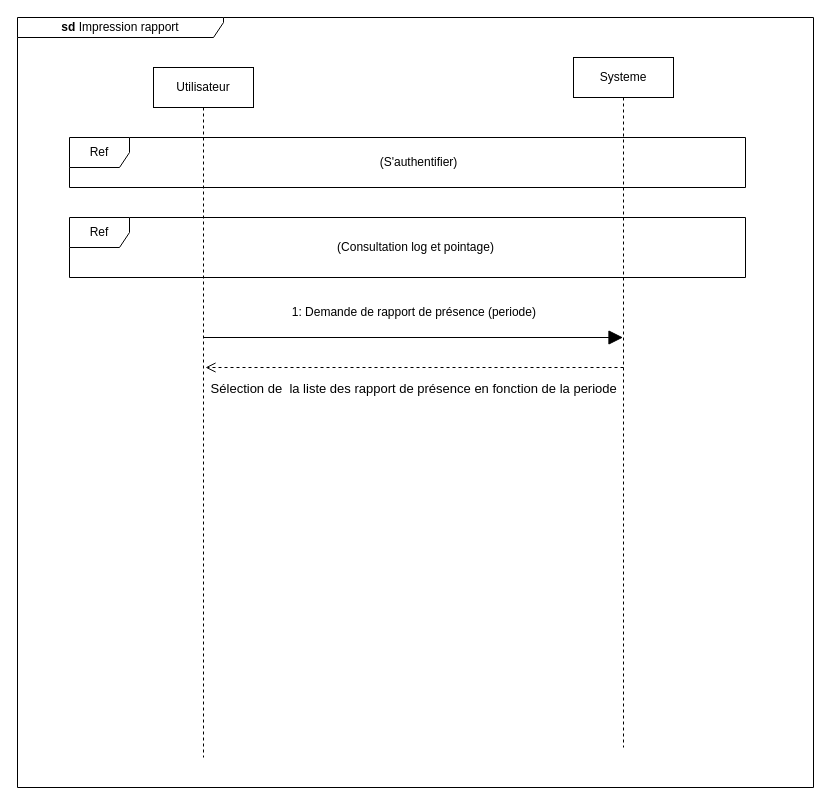
Earlier version of the draw.io diagram static/Diagramme De séquence rapport.drawio (Siluearsene/borne_biometrique). Source tidied: cells renumbered, new cells numbered last; positions are measured from the earlier drawing's top-left corner, leaving out a move shared by most shapes. Both pictures are drawn from the tidied source at 100%, with x=0, y=0 at pixel (17, 17).
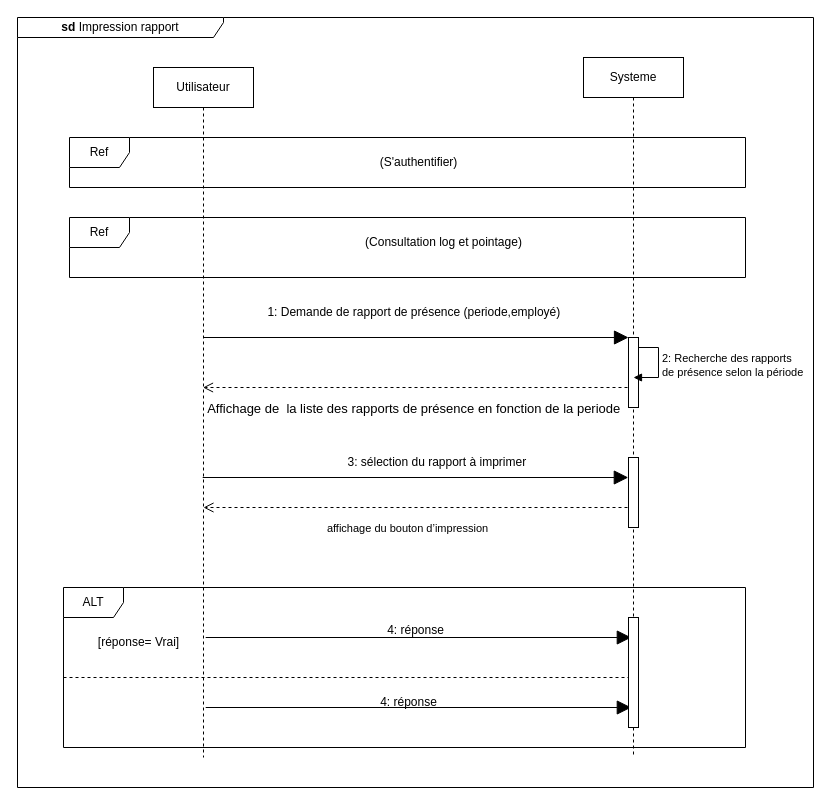
Above is the later version.

Commit message (it also covers changes not shown here):
Mettre à jour Diagramme De séquence rapport.drawio

The change refers to these unchanged cells:
```xml
<mxCell id="3" value="Utilisateur" style="shape=umlLifeline;perimeter=lifelinePerimeter;whiteSpace=wrap;html=1;outlineConnect=0;portConstraint=eastwest;newEdgeStyle={&quot;edgeStyle&quot;:&quot;elbowEdgeStyle&quot;,&quot;elbow&quot;:&quot;vertical&quot;,&quot;curved&quot;:0,&quot;rounded&quot;:0};rounded=0;" parent="1" vertex="1">
  <mxGeometry x="136" y="50" width="100" height="690" as="geometry" />
</mxCell>
```

Diff of the diagram source:
```diff
@@
     <mxCell id="4" value="Systeme" style="shape=umlLifeline;perimeter=lifelinePerimeter;whiteSpace=wrap;html=1;outlineConnect=0;portConstraint=eastwest;newEdgeStyle={&quot;edgeStyle&quot;:&quot;elbowEdgeStyle&quot;,&quot;elbow&quot;:&quot;vertical&quot;,&quot;curved&quot;:0,&quot;rounded&quot;:0};rounded=0;" parent="1" vertex="1">
-      <mxGeometry x="556" y="40" width="100" height="690" as="geometry" />
+      <mxGeometry x="566" y="40" width="100" height="700" as="geometry" />
     </mxCell>
+    <mxCell id="13" style="html=1;points=[];perimeter=orthogonalPerimeter;outlineConnect=0;targetShapes=umlLifeline;portConstraint=eastwest;newEdgeStyle={&quot;edgeStyle&quot;:&quot;elbowEdgeStyle&quot;,&quot;elbow&quot;:&quot;vertical&quot;,&quot;curved&quot;:0,&quot;rounded&quot;:0};rounded=0;" parent="4" vertex="1">
+      <mxGeometry x="45" y="280" width="10" height="70" as="geometry" />
+    </mxCell>
+    <mxCell id="9" style="endArrow=block;endFill=1;endSize=12;html=1;rounded=0;" parent="4" edge="1" source="13" target="4">
+      <mxGeometry relative="1" as="geometry" />
+    </mxCell>
+    <mxCell id="14" style="html=1;perimeter=orthogonalPerimeter;targetShapes=umlLifeline;newEdgeStyle={&quot;edgeStyle&quot;:&quot;elbowEdgeStyle&quot;,&quot;elbow&quot;:&quot;vertical&quot;,&quot;curved&quot;:0,&quot;rounded&quot;:0};rounded=0;" parent="4" vertex="1">
+      <mxGeometry x="45" y="400" width="10" height="70" as="geometry" />
+    </mxCell>
@@
     <mxCell id="8" value="(Consultation log et pointage)" style="text;html=1;align=center;verticalAlign=middle;strokeColor=none;fillColor=none;" parent="1" vertex="1">
-      <mxGeometry x="308" y="215" width="180" height="30" as="geometry" />
+      <mxGeometry x="336" y="210" width="180" height="30" as="geometry" />
     </mxCell>
-    <mxCell id="9" style="endArrow=block;endFill=1;endSize=12;html=1;rounded=0;" parent="1" edge="1" target="4">
-      <mxGeometry relative="1" as="geometry">
-        <mxPoint x="185.5" y="320" as="sourcePoint" />
-      </mxGeometry>
-    </mxCell>
-    <mxCell id="10" value="1: Demande de rapport de présence (periode)&amp;nbsp;" style="text;html=1;align=center;verticalAlign=middle;strokeColor=none;fillColor=none;rounded=0;" parent="1" vertex="1">
-      <mxGeometry x="263" y="280" width="270" height="30" as="geometry" />
+    <mxCell id="10" value="1: Demande de rapport de présence (periode,employé)&amp;nbsp;" style="text;html=1;align=center;verticalAlign=middle;strokeColor=none;fillColor=none;rounded=0;" parent="1" vertex="1">
+      <mxGeometry x="238" y="280" width="320" height="30" as="geometry" />
     </mxCell>
-    <mxCell id="11" style="html=1;verticalAlign=bottom;endArrow=open;dashed=1;endSize=8;edgeStyle=elbowEdgeStyle;elbow=vertical;curved=0;rounded=0;" parent="1" edge="1">
+    <mxCell id="11" style="html=1;verticalAlign=bottom;endArrow=open;dashed=1;endSize=8;edgeStyle=elbowEdgeStyle;elbow=vertical;curved=0;rounded=0;" parent="1" edge="1" target="3">
       <mxGeometry relative="1" as="geometry">
-        <mxPoint x="606" y="350" as="sourcePoint" />
-        <mxPoint x="188" y="350" as="targetPoint" />
+        <mxPoint x="610" y="370" as="sourcePoint" />
         <Array as="points">
-          <mxPoint x="415" y="350" />
+          <mxPoint x="419" y="370" />
         </Array>
       </mxGeometry>
     </mxCell>
-    <mxCell id="12" value="&lt;font style=&quot;font-size: 13px;&quot;&gt;Sélection de&amp;nbsp; la liste des rapport de présence en fonction de la periode&amp;nbsp;&lt;/font&gt;" style="edgeLabel;html=1;align=center;verticalAlign=middle;rounded=0;" parent="11" vertex="1">
+    <mxCell id="12" value="&lt;font style=&quot;font-size: 13px;&quot;&gt;Affichage de&amp;nbsp; la liste des rapports de présence en fonction de la periode&amp;nbsp;&lt;/font&gt;" style="edgeLabel;html=1;align=center;verticalAlign=middle;rounded=0;" parent="11" vertex="1">
       <mxGeometry x="0.12" y="1" relative="1" as="geometry">
         <mxPoint x="25" y="19" as="offset" />
       </mxGeometry>
     </mxCell>
+    <mxCell id="15" style="endArrow=block;endFill=1;endSize=12;html=1;rounded=0;" parent="1" edge="1" target="13">
+      <mxGeometry relative="1" as="geometry">
+        <mxPoint x="185.5" y="320" as="sourcePoint" />
+      </mxGeometry>
+    </mxCell>
+    <mxCell id="16" value="2: Recherche des rapports&amp;nbsp;&lt;br&gt;de présence selon la période&lt;br&gt;" style="html=1;align=left;spacingLeft=2;endArrow=block;rounded=0;edgeStyle=orthogonalEdgeStyle;curved=0;rounded=0;" parent="1" edge="1">
+      <mxGeometry relative="1" as="geometry">
+        <mxPoint x="621" y="330" as="sourcePoint" />
+        <mxPoint x="616" y="360" as="targetPoint" />
+        <Array as="points">
+          <mxPoint x="641" y="330" />
+          <mxPoint x="641" y="360" />
+        </Array>
+      </mxGeometry>
+    </mxCell>
+    <mxCell id="17" value="3: sélection du rapport à imprimer&amp;nbsp;" style="text;html=1;align=center;verticalAlign=middle;strokeColor=none;fillColor=none;rounded=0;" parent="1" vertex="1">
+      <mxGeometry x="316" y="430" width="210" height="30" as="geometry" />
+    </mxCell>
+    <mxCell id="18" style="endArrow=block;endFill=1;endSize=12;html=1;rounded=0;" parent="1" edge="1">
+      <mxGeometry relative="1" as="geometry">
+        <mxPoint x="185.2" y="460" as="sourcePoint" />
+        <mxPoint x="610.8" y="460" as="targetPoint" />
+      </mxGeometry>
+    </mxCell>
+    <mxCell id="19" style="html=1;verticalAlign=bottom;endArrow=open;dashed=1;endSize=8;edgeStyle=elbowEdgeStyle;elbow=vertical;curved=0;rounded=0;" parent="1" edge="1">
+      <mxGeometry relative="1" as="geometry">
+        <mxPoint x="610" y="490" as="sourcePoint" />
+        <mxPoint x="186" y="490" as="targetPoint" />
+        <Array as="points">
+          <mxPoint x="419" y="490" />
+        </Array>
+      </mxGeometry>
+    </mxCell>
+    <mxCell id="20" value="affichage du bouton d’impression" style="edgeLabel;html=1;align=center;verticalAlign=middle;" parent="19" vertex="1">
+      <mxGeometry x="0.08" y="3" relative="1" as="geometry">
+        <mxPoint x="8" y="17" as="offset" />
+      </mxGeometry>
+    </mxCell>
+    <mxCell id="21" value="ALT" style="shape=umlFrame;whiteSpace=wrap;html=1;" parent="1" vertex="1">
+      <mxGeometry x="46" y="570" width="682" height="160" as="geometry" />
+    </mxCell>
+    <mxCell id="22" value="[réponse= Vrai]" style="text;html=1;align=center;verticalAlign=middle;strokeColor=none;fillColor=none;" parent="1" vertex="1">
+      <mxGeometry x="71" y="610" width="100" height="30" as="geometry" />
+    </mxCell>
+    <mxCell id="23" style="endArrow=block;endFill=1;endSize=12;html=1;rounded=0;" parent="1" edge="1">
+      <mxGeometry relative="1" as="geometry">
+        <mxPoint x="188.2" y="620" as="sourcePoint" />
+        <mxPoint x="613.8" y="620" as="targetPoint" />
+      </mxGeometry>
+    </mxCell>
+    <mxCell id="24" style="endArrow=block;endFill=1;endSize=12;html=1;rounded=0;" parent="1" edge="1">
+      <mxGeometry relative="1" as="geometry">
+        <mxPoint x="188.2" y="690" as="sourcePoint" />
+        <mxPoint x="613.8" y="690" as="targetPoint" />
+      </mxGeometry>
+    </mxCell>
+    <mxCell id="25" value="4: réponse" style="text;html=1;align=center;verticalAlign=middle;strokeColor=none;fillColor=none;" parent="1" vertex="1">
+      <mxGeometry x="358" y="598" width="80" height="30" as="geometry" />
+    </mxCell>
+    <mxCell id="26" value="4: réponse" style="text;html=1;align=center;verticalAlign=middle;strokeColor=none;fillColor=none;" parent="1" vertex="1">
+      <mxGeometry x="351" y="670" width="80" height="30" as="geometry" />
+    </mxCell>
+    <mxCell id="27" style="endArrow=none;html=1;rounded=0;exitX=0;exitY=0.757;exitDx=0;exitDy=0;exitPerimeter=0;dashed=1;" parent="1" edge="1" target="28">
+      <mxGeometry relative="1" as="geometry">
+        <mxPoint x="46" y="660" as="sourcePoint" />
+      </mxGeometry>
+    </mxCell>
+    <mxCell id="28" style="html=1;points=[];perimeter=orthogonalPerimeter;outlineConnect=0;targetShapes=umlLifeline;portConstraint=eastwest;newEdgeStyle={&quot;edgeStyle&quot;:&quot;elbowEdgeStyle&quot;,&quot;elbow&quot;:&quot;vertical&quot;,&quot;curved&quot;:0,&quot;rounded&quot;:0};rounded=0;" parent="1" vertex="1">
+      <mxGeometry x="611" y="600" width="10" height="110" as="geometry" />
+    </mxCell>
```
